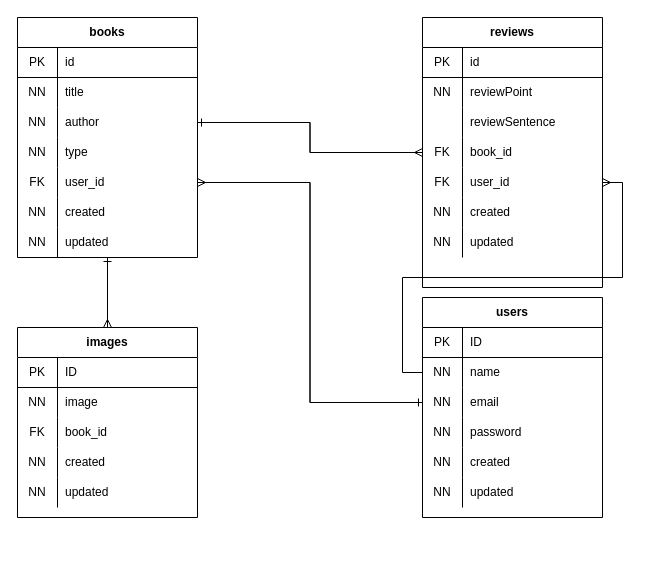
s-shinji/bookManagement keeps this draw.io diagram as book_management.dio. Above is the earlier version. Source tidied: cells renumbered, new cells numbered last; positions are measured from the earlier drawing's top-left corner, leaving out a move shared by most shapes. Both pictures are drawn from the tidied source at 100%, with x=0, y=0 at pixel (17, 17).
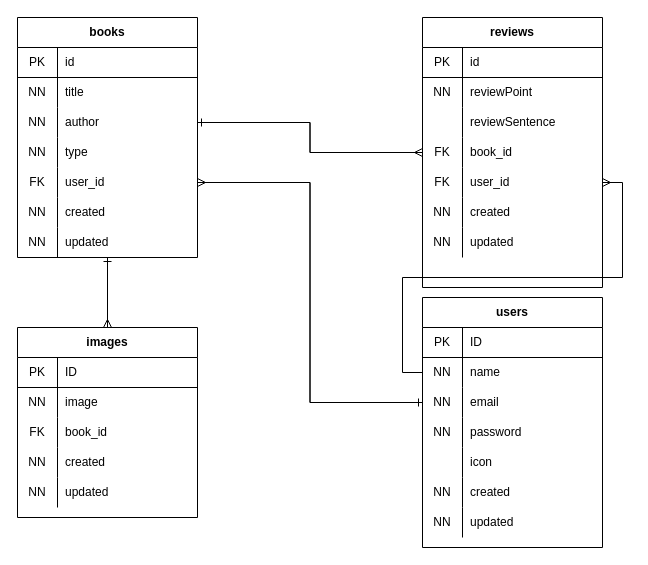
After the change.

The edit, as a diff of the source:
```diff
@@
     <mxCell id="2" value="users" style="shape=table;html=1;whiteSpace=wrap;startSize=30;childLayout=tableLayout;rowLines=0;fontStyle=1;align=center;" parent="1" vertex="1">
-      <mxGeometry x="405" y="280" width="180" height="220" as="geometry" />
+      <mxGeometry x="405" y="280" width="180" height="250" as="geometry" />
     </mxCell>
@@
+    <mxCell id="88" style="shape=partialRectangle;html=1;whiteSpace=wrap;fillColor=none;top=0;left=0;bottom=0;right=0;" parent="2" vertex="1">
+      <mxGeometry y="150" width="180" height="30" as="geometry" />
+    </mxCell>
+    <mxCell id="89" style="shape=partialRectangle;html=1;whiteSpace=wrap;fillColor=none;top=0;left=0;bottom=0;right=0;overflow=hidden;" parent="88" vertex="1">
+      <mxGeometry width="40" height="30" as="geometry" />
+    </mxCell>
+    <mxCell id="90" value="icon" style="shape=partialRectangle;html=1;whiteSpace=wrap;fillColor=none;top=0;left=0;bottom=0;right=0;align=left;spacingLeft=6;overflow=hidden;" parent="88" vertex="1">
+      <mxGeometry x="40" width="140" height="30" as="geometry" />
+    </mxCell>
     <mxCell id="15" style="shape=partialRectangle;html=1;whiteSpace=wrap;fillColor=none;top=0;left=0;bottom=0;right=0;" parent="2" vertex="1">
-      <mxGeometry y="150" width="180" height="30" as="geometry" />
+      <mxGeometry y="180" width="180" height="30" as="geometry" />
     </mxCell>
@@
     <mxCell id="18" style="shape=partialRectangle;html=1;whiteSpace=wrap;fillColor=none;top=0;left=0;bottom=0;right=0;" parent="2" vertex="1">
-      <mxGeometry y="180" width="180" height="30" as="geometry" />
+      <mxGeometry y="210" width="180" height="30" as="geometry" />
     </mxCell>
```
